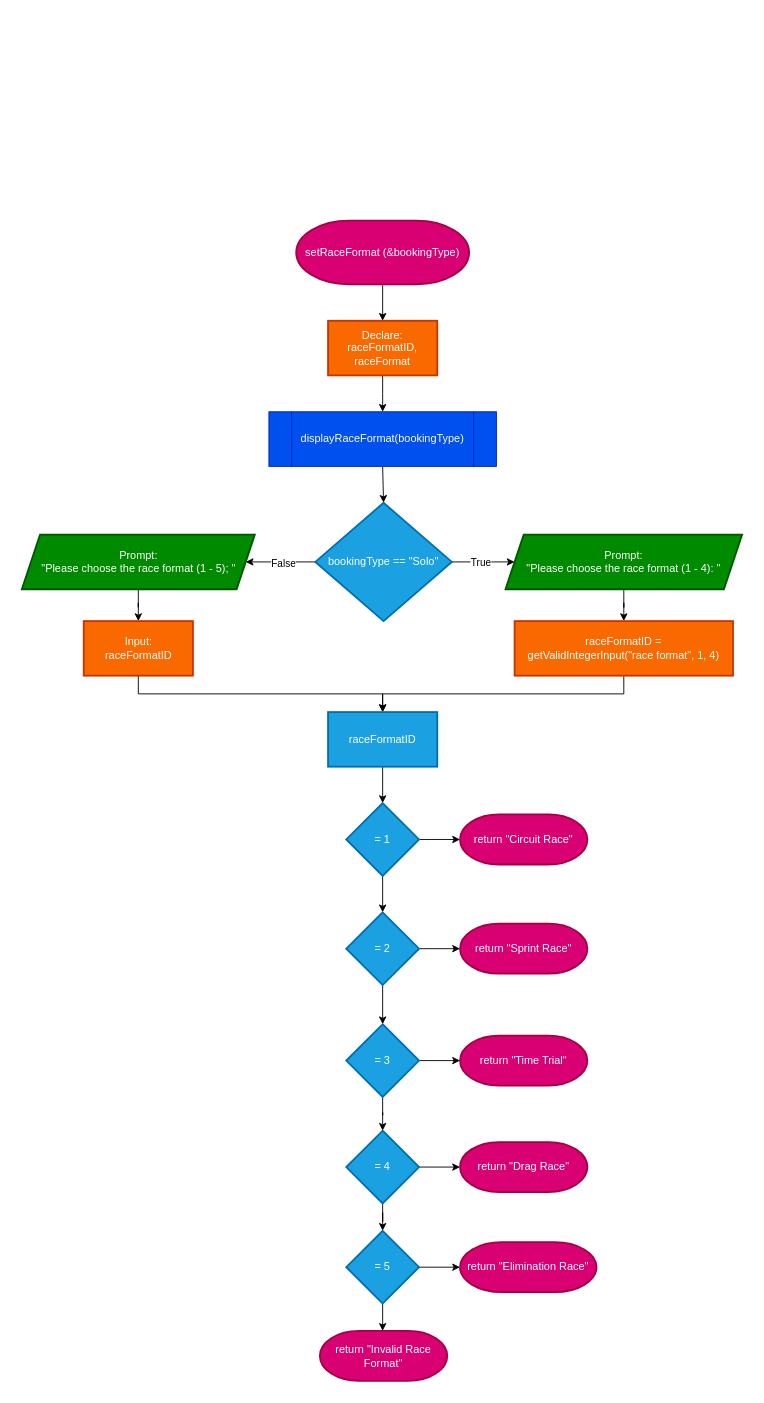
Earlier version of the draw.io diagram Flowcharts (draw.io)/12. setRaceFormat.drawio (shahxvi/csc126-group-project). Source tidied: cells renumbered, new cells numbered last; positions are measured from the earlier drawing's top-left corner, leaving out a move shared by most shapes. Both pictures are drawn from the tidied source at 91%, with x=0, y=0 at pixel (21, 220).
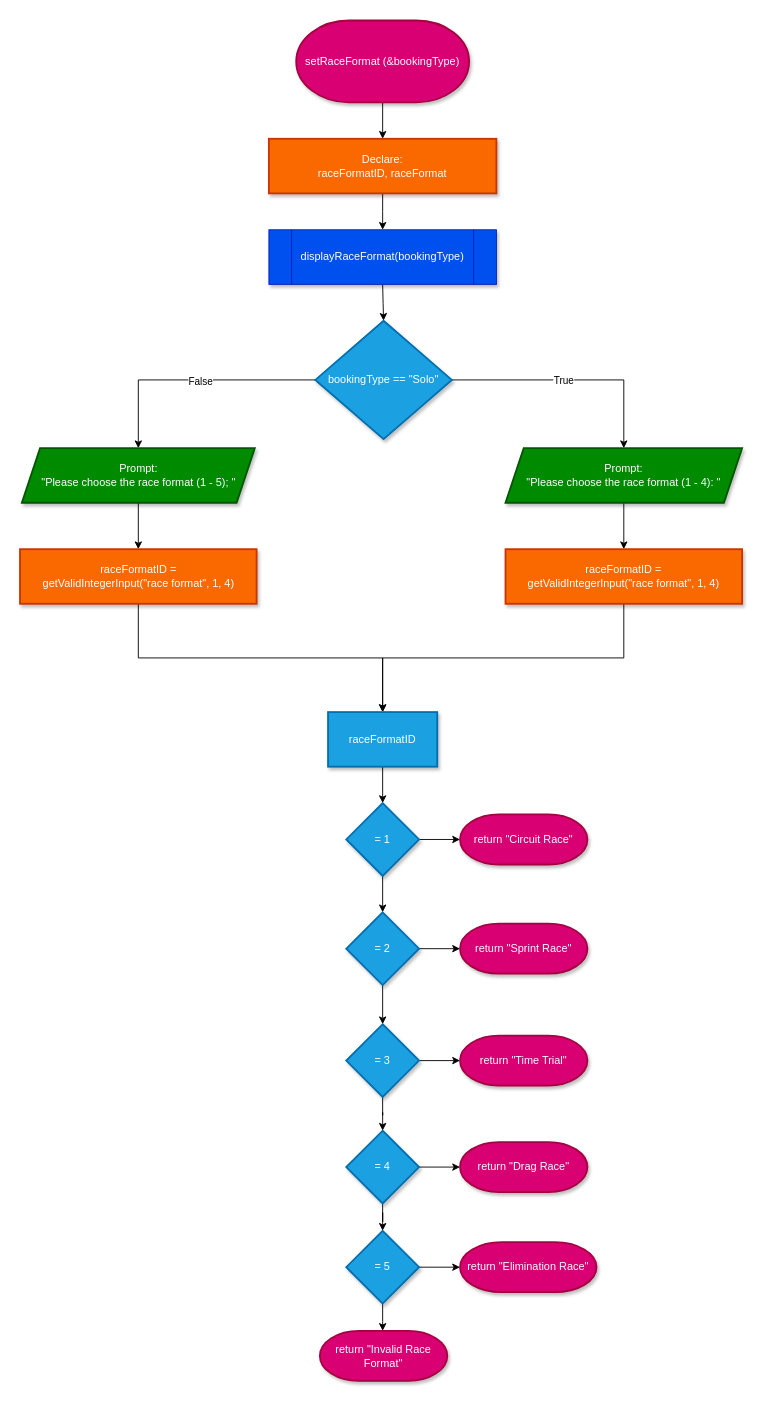
The same page after the edit.

Commit message (it also covers changes not shown here):
updated setRaceFormat flowchart

Change to the diagram source:
```diff
@@
-    <mxCell id="3" value="setRaceFormat (&amp;amp;bookingType)" style="strokeWidth=2;html=1;shape=mxgraph.flowchart.terminator;whiteSpace=wrap;fillColor=#d80073;fontColor=#ffffff;strokeColor=#A50040;" parent="1" vertex="1">
-      <mxGeometry x="302" width="190" height="70" as="geometry" />
+    <mxCell id="3" value="setRaceFormat (&amp;amp;bookingType)" style="strokeWidth=2;html=1;shape=mxgraph.flowchart.terminator;whiteSpace=wrap;fillColor=#d80073;fontColor=#ffffff;strokeColor=#A50040;shadow=1;" parent="1" vertex="1">
+      <mxGeometry x="302" y="-220" width="190" height="90" as="geometry" />
     </mxCell>
     <mxCell id="4" style="edgeStyle=orthogonalEdgeStyle;rounded=0;jettySize=auto;html=1;" parent="1" edge="1" source="5">
       <mxGeometry relative="1" as="geometry">
-        <mxPoint x="397" y="210" as="targetPoint" />
+        <mxPoint x="397" y="10" as="targetPoint" />
       </mxGeometry>
     </mxCell>
-    <mxCell id="5" value="&lt;font style=&quot;color: rgb(255, 255, 255);&quot;&gt;Declare:&lt;/font&gt;&lt;div&gt;&lt;font style=&quot;color: rgb(255, 255, 255);&quot;&gt;raceFormatID, raceFormat&lt;/font&gt;&lt;/div&gt;" style="whiteSpace=wrap;html=1;strokeWidth=2;fillColor=#fa6800;fontColor=#FFFFFF;strokeColor=#C73500;" parent="1" vertex="1">
-      <mxGeometry x="337" y="110" width="120" height="60" as="geometry" />
+    <mxCell id="5" value="&lt;font style=&quot;color: rgb(255, 255, 255);&quot;&gt;Declare:&lt;/font&gt;&lt;div&gt;&lt;font style=&quot;color: rgb(255, 255, 255);&quot;&gt;raceFormatID, raceFormat&lt;/font&gt;&lt;/div&gt;" style="whiteSpace=wrap;html=1;strokeWidth=2;fillColor=#fa6800;fontColor=#FFFFFF;strokeColor=#C73500;shadow=1;" parent="1" vertex="1">
+      <mxGeometry x="272" y="-90" width="250" height="60" as="geometry" />
     </mxCell>
     <mxCell id="6" style="edgeStyle=orthogonalEdgeStyle;rounded=0;jettySize=auto;html=1;" parent="1" edge="1" target="11">
       <mxGeometry relative="1" as="geometry">
-        <mxPoint x="397" y="270" as="sourcePoint" />
+        <mxPoint x="397" y="70" as="sourcePoint" />
       </mxGeometry>
     </mxCell>
@@
-    <mxCell id="11" value="bookingType == &quot;Solo&quot;" style="rhombus;whiteSpace=wrap;html=1;fillColor=#1ba1e2;strokeColor=#006EAF;fontColor=#ffffff;strokeWidth=2;" parent="1" vertex="1">
-      <mxGeometry x="323" y="310" width="150" height="130" as="geometry" />
+    <mxCell id="11" value="bookingType == &quot;Solo&quot;" style="rhombus;whiteSpace=wrap;html=1;fillColor=#1ba1e2;strokeColor=#006EAF;fontColor=#ffffff;strokeWidth=2;shadow=1;" parent="1" vertex="1">
+      <mxGeometry x="323" y="110" width="150" height="130" as="geometry" />
     </mxCell>
@@
-    <mxCell id="13" value="&lt;font style=&quot;color: rgb(255, 255, 255);&quot;&gt;Prompt:&lt;/font&gt;&lt;div&gt;&lt;font style=&quot;color: rgb(255, 255, 255);&quot;&gt;&quot;Please choose the race format (1 - 4): &quot;&lt;/font&gt;&lt;/div&gt;" style="shape=parallelogram;perimeter=parallelogramPerimeter;whiteSpace=wrap;html=1;fixedSize=1;fillColor=#008a00;strokeColor=#005700;fontColor=#ffffff;strokeWidth=2;" parent="1" vertex="1">
-      <mxGeometry x="532" y="345" width="260" height="60" as="geometry" />
+    <mxCell id="13" value="&lt;font style=&quot;color: rgb(255, 255, 255);&quot;&gt;Prompt:&lt;/font&gt;&lt;div&gt;&lt;font style=&quot;color: rgb(255, 255, 255);&quot;&gt;&quot;Please choose the race format (1 - 4): &quot;&lt;/font&gt;&lt;/div&gt;" style="shape=parallelogram;perimeter=parallelogramPerimeter;whiteSpace=wrap;html=1;fixedSize=1;fillColor=#008a00;strokeColor=#005700;fontColor=#ffffff;strokeWidth=2;shadow=1;" parent="1" vertex="1">
+      <mxGeometry x="532" y="250" width="260" height="60" as="geometry" />
     </mxCell>
@@
-    <mxCell id="15" value="raceFormatID =&lt;br&gt;getValidIntegerInput(&quot;race format&quot;, 1, 4)" style="whiteSpace=wrap;html=1;strokeWidth=2;fillColor=#fa6800;fontColor=#FFFFFF;strokeColor=#C73500;" parent="1" vertex="1">
-      <mxGeometry x="542" y="440" width="240" height="60" as="geometry" />
+    <mxCell id="15" value="raceFormatID =&lt;br&gt;getValidIntegerInput(&quot;race format&quot;, 1, 4)" style="whiteSpace=wrap;html=1;strokeWidth=2;fillColor=#fa6800;fontColor=#FFFFFF;strokeColor=#C73500;shadow=1;" parent="1" vertex="1">
+      <mxGeometry x="532" y="361" width="260" height="60" as="geometry" />
     </mxCell>
-    <mxCell id="16" style="edgeStyle=orthogonalEdgeStyle;rounded=0;jettySize=auto;html=1;" parent="1" edge="1" source="17" target="19">
-      <mxGeometry relative="1" as="geometry" />
-    </mxCell>
+    <mxCell id="44" style="edgeStyle=orthogonalEdgeStyle;rounded=0;jettySize=auto;html=1;" parent="1" edge="1" source="17" target="46">
+      <mxGeometry relative="1" as="geometry" />
+    </mxCell>
-    <mxCell id="17" value="&lt;font style=&quot;color: rgb(255, 255, 255);&quot;&gt;Prompt:&lt;/font&gt;&lt;div&gt;&lt;font style=&quot;color: rgb(255, 255, 255);&quot;&gt;&quot;Please choose the race format (1 - 5); &quot;&lt;/font&gt;&lt;/div&gt;" style="shape=parallelogram;perimeter=parallelogramPerimeter;whiteSpace=wrap;html=1;fixedSize=1;fillColor=#008a00;strokeColor=#005700;fontColor=#ffffff;strokeWidth=2;" parent="1" vertex="1">
-      <mxGeometry x="0.5" y="345" width="256" height="60" as="geometry" />
+    <mxCell id="17" value="&lt;font style=&quot;color: rgb(255, 255, 255);&quot;&gt;Prompt:&lt;/font&gt;&lt;div&gt;&lt;font style=&quot;color: rgb(255, 255, 255);&quot;&gt;&quot;Please choose the race format (1 - 5); &quot;&lt;/font&gt;&lt;/div&gt;" style="shape=parallelogram;perimeter=parallelogramPerimeter;whiteSpace=wrap;html=1;fixedSize=1;fillColor=#008a00;strokeColor=#005700;fontColor=#ffffff;strokeWidth=2;shadow=1;" parent="1" vertex="1">
+      <mxGeometry x="0.5" y="250" width="256" height="60" as="geometry" />
     </mxCell>
-    <mxCell id="18" style="edgeStyle=orthogonalEdgeStyle;rounded=0;jettySize=auto;html=1;entryX=0.5;entryY=0;entryDx=0;entryDy=0;exitX=0.5;exitY=1;exitDx=0;exitDy=0;" parent="1" edge="1" source="19" target="21">
-      <mxGeometry relative="1" as="geometry" />
-    </mxCell>
-    <mxCell id="19" value="&lt;font style=&quot;color: rgb(255, 255, 255);&quot;&gt;Input:&lt;/font&gt;&lt;div&gt;&lt;font style=&quot;color: rgb(255, 255, 255);&quot;&gt;raceFormatID&lt;/font&gt;&lt;/div&gt;" style="whiteSpace=wrap;html=1;strokeWidth=2;fillColor=#fa6800;fontColor=#FFFFFF;strokeColor=#C73500;" parent="1" vertex="1">
-      <mxGeometry x="68.5" y="440" width="120" height="60" as="geometry" />
-    </mxCell>
@@
-    <mxCell id="21" value="raceFormatID" style="whiteSpace=wrap;html=1;fillColor=#1ba1e2;strokeColor=#006EAF;fontColor=#ffffff;strokeWidth=2;" parent="1" vertex="1">
+    <mxCell id="21" value="raceFormatID" style="whiteSpace=wrap;html=1;fillColor=#1ba1e2;strokeColor=#006EAF;fontColor=#ffffff;strokeWidth=2;shadow=1;" parent="1" vertex="1">
       <mxGeometry x="337" y="540" width="120" height="60" as="geometry" />
     </mxCell>
@@
-    <mxCell id="24" value="= 1" style="rhombus;whiteSpace=wrap;html=1;fillColor=#1ba1e2;strokeColor=#006EAF;fontColor=#ffffff;strokeWidth=2;" parent="1" vertex="1">
+    <mxCell id="24" value="= 1" style="rhombus;whiteSpace=wrap;html=1;fillColor=#1ba1e2;strokeColor=#006EAF;fontColor=#ffffff;strokeWidth=2;shadow=1;" parent="1" vertex="1">
       <mxGeometry x="357" y="640" width="80" height="80" as="geometry" />
     </mxCell>
-    <mxCell id="25" value="return &quot;Circuit Race&quot;" style="strokeWidth=2;html=1;shape=mxgraph.flowchart.terminator;whiteSpace=wrap;fillColor=#d80073;fontColor=#ffffff;strokeColor=#A50040;" parent="1" vertex="1">
+    <mxCell id="25" value="return &quot;Circuit Race&quot;" style="strokeWidth=2;html=1;shape=mxgraph.flowchart.terminator;whiteSpace=wrap;fillColor=#d80073;fontColor=#ffffff;strokeColor=#A50040;shadow=1;" parent="1" vertex="1">
       <mxGeometry x="482" y="652.5" width="140" height="55" as="geometry" />
     </mxCell>
@@
-    <mxCell id="28" value="= 2" style="rhombus;whiteSpace=wrap;html=1;fillColor=#1ba1e2;strokeColor=#006EAF;fontColor=#ffffff;strokeWidth=2;" parent="1" vertex="1">
+    <mxCell id="28" value="= 2" style="rhombus;whiteSpace=wrap;html=1;fillColor=#1ba1e2;strokeColor=#006EAF;fontColor=#ffffff;strokeWidth=2;shadow=1;" parent="1" vertex="1">
       <mxGeometry x="357" y="760" width="80" height="80" as="geometry" />
     </mxCell>
-    <mxCell id="29" value="return &quot;Sprint Race&quot;" style="strokeWidth=2;html=1;shape=mxgraph.flowchart.terminator;whiteSpace=wrap;fillColor=#d80073;fontColor=#ffffff;strokeColor=#A50040;" parent="1" vertex="1">
+    <mxCell id="29" value="return &quot;Sprint Race&quot;" style="strokeWidth=2;html=1;shape=mxgraph.flowchart.terminator;whiteSpace=wrap;fillColor=#d80073;fontColor=#ffffff;strokeColor=#A50040;shadow=1;" parent="1" vertex="1">
       <mxGeometry x="482" y="772.5" width="140" height="55" as="geometry" />
     </mxCell>
@@
-    <mxCell id="32" value="= 3" style="rhombus;whiteSpace=wrap;html=1;fillColor=#1ba1e2;strokeColor=#006EAF;fontColor=#ffffff;strokeWidth=2;" parent="1" vertex="1">
+    <mxCell id="32" value="= 3" style="rhombus;whiteSpace=wrap;html=1;fillColor=#1ba1e2;strokeColor=#006EAF;fontColor=#ffffff;strokeWidth=2;shadow=1;" parent="1" vertex="1">
       <mxGeometry x="357" y="883" width="80" height="80" as="geometry" />
     </mxCell>
-    <mxCell id="33" value="return &quot;Time Trial&quot;" style="strokeWidth=2;html=1;shape=mxgraph.flowchart.terminator;whiteSpace=wrap;fillColor=#d80073;fontColor=#ffffff;strokeColor=#A50040;" parent="1" vertex="1">
+    <mxCell id="33" value="return &quot;Time Trial&quot;" style="strokeWidth=2;html=1;shape=mxgraph.flowchart.terminator;whiteSpace=wrap;fillColor=#d80073;fontColor=#ffffff;strokeColor=#A50040;shadow=1;" parent="1" vertex="1">
       <mxGeometry x="482" y="895.5" width="140" height="55" as="geometry" />
     </mxCell>
@@
-    <mxCell id="36" value="= 4" style="rhombus;whiteSpace=wrap;html=1;fillColor=#1ba1e2;strokeColor=#006EAF;fontColor=#ffffff;strokeWidth=2;" parent="1" vertex="1">
+    <mxCell id="36" value="= 4" style="rhombus;whiteSpace=wrap;html=1;fillColor=#1ba1e2;strokeColor=#006EAF;fontColor=#ffffff;strokeWidth=2;shadow=1;" parent="1" vertex="1">
       <mxGeometry x="357" y="1000" width="80" height="80" as="geometry" />
     </mxCell>
-    <mxCell id="37" value="return &quot;Drag Race&quot;" style="strokeWidth=2;html=1;shape=mxgraph.flowchart.terminator;whiteSpace=wrap;fillColor=#d80073;fontColor=#ffffff;strokeColor=#A50040;" parent="1" vertex="1">
+    <mxCell id="37" value="return &quot;Drag Race&quot;" style="strokeWidth=2;html=1;shape=mxgraph.flowchart.terminator;whiteSpace=wrap;fillColor=#d80073;fontColor=#ffffff;strokeColor=#A50040;shadow=1;" parent="1" vertex="1">
       <mxGeometry x="482" y="1012.5" width="140" height="55" as="geometry" />
     </mxCell>
@@
-    <mxCell id="40" value="= 5" style="rhombus;whiteSpace=wrap;html=1;fillColor=#1ba1e2;strokeColor=#006EAF;fontColor=#ffffff;strokeWidth=2;" parent="1" vertex="1">
+    <mxCell id="40" value="= 5" style="rhombus;whiteSpace=wrap;html=1;fillColor=#1ba1e2;strokeColor=#006EAF;fontColor=#ffffff;strokeWidth=2;shadow=1;" parent="1" vertex="1">
       <mxGeometry x="357" y="1110" width="80" height="80" as="geometry" />
     </mxCell>
-    <mxCell id="41" value="return &quot;Elimination Race&quot;" style="strokeWidth=2;html=1;shape=mxgraph.flowchart.terminator;whiteSpace=wrap;fillColor=#d80073;fontColor=#ffffff;strokeColor=#A50040;" parent="1" vertex="1">
+    <mxCell id="41" value="return &quot;Elimination Race&quot;" style="strokeWidth=2;html=1;shape=mxgraph.flowchart.terminator;whiteSpace=wrap;fillColor=#d80073;fontColor=#ffffff;strokeColor=#A50040;shadow=1;" parent="1" vertex="1">
       <mxGeometry x="482" y="1122.5" width="150" height="55" as="geometry" />
     </mxCell>
-    <mxCell id="42" value="return &quot;Invalid Race Format&quot;" style="strokeWidth=2;html=1;shape=mxgraph.flowchart.terminator;whiteSpace=wrap;fillColor=#d80073;fontColor=#ffffff;strokeColor=#A50040;" parent="1" vertex="1">
+    <mxCell id="42" value="return &quot;Invalid Race Format&quot;" style="strokeWidth=2;html=1;shape=mxgraph.flowchart.terminator;whiteSpace=wrap;fillColor=#d80073;fontColor=#ffffff;strokeColor=#A50040;shadow=1;" parent="1" vertex="1">
       <mxGeometry x="328" y="1220" width="140" height="55" as="geometry" />
     </mxCell>
-    <mxCell id="43" value="displayRaceFormat(bookingType)" style="shape=process;whiteSpace=wrap;html=1;backgroundOutline=1;fillColor=#0050ef;fontColor=#ffffff;strokeColor=#001DBC;" parent="1" vertex="1">
-      <mxGeometry x="272" y="210" width="250" height="60" as="geometry" />
+    <mxCell id="43" value="displayRaceFormat(bookingType)" style="shape=process;whiteSpace=wrap;html=1;backgroundOutline=1;fillColor=#0050ef;fontColor=#ffffff;strokeColor=#001DBC;shadow=1;" parent="1" vertex="1">
+      <mxGeometry x="272" y="10" width="250" height="60" as="geometry" />
     </mxCell>
+    <mxCell id="45" style="edgeStyle=orthogonalEdgeStyle;rounded=0;jettySize=auto;html=1;exitX=0.5;exitY=1;exitDx=0;exitDy=0;entryX=0.5;entryY=0;entryDx=0;entryDy=0;" parent="1" edge="1" source="46" target="21">
+      <mxGeometry relative="1" as="geometry" />
+    </mxCell>
+    <mxCell id="46" value="raceFormatID =&lt;br&gt;getValidIntegerInput(&quot;race format&quot;, 1, 4)" style="whiteSpace=wrap;html=1;strokeWidth=2;fillColor=#fa6800;fontColor=#FFFFFF;strokeColor=#C73500;shadow=1;" parent="1" vertex="1">
+      <mxGeometry x="-1.5" y="361" width="260" height="60" as="geometry" />
+    </mxCell>
```
